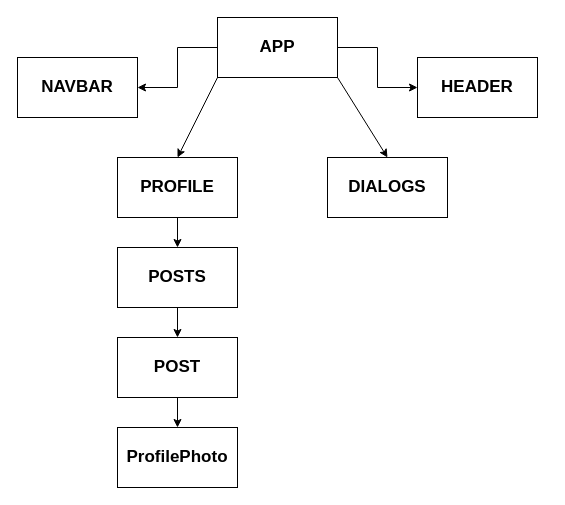
The draw.io diagram Untitled Diagram.drawio in marmon179/Social-Barcelona-new, before the edit. Source tidied: cells renumbered, new cells numbered last; positions are measured from the earlier drawing's top-left corner, leaving out a move shared by most shapes. Both pictures are drawn from the tidied source at 100%, with x=0, y=0 at pixel (17, 17).
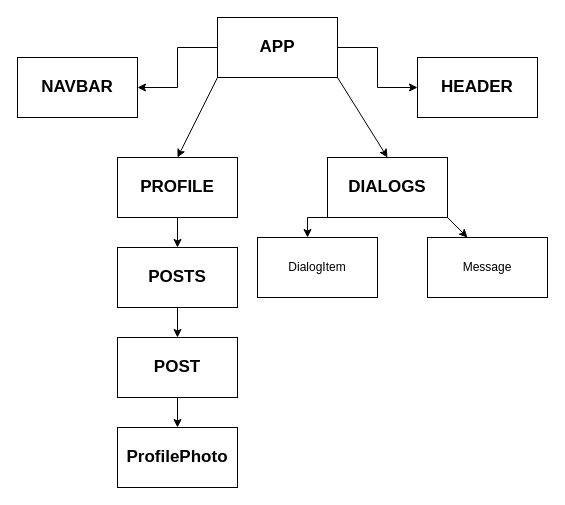
Above is the later version.

Unchanged cells that the change refers to:
```xml
<mxCell id="9" value="&lt;b&gt;&lt;font style=&quot;font-size: 17px&quot;&gt;DIALOGS&lt;/font&gt;&lt;/b&gt;" style="rounded=0;whiteSpace=wrap;html=1;" parent="1" vertex="1">
  <mxGeometry x="310" y="140" width="120" height="60" as="geometry" />
</mxCell>
```

Diff of the diagram source:
```diff
@@
+    <mxCell id="18" style="edgeStyle=orthogonalEdgeStyle;rounded=0;jettySize=auto;html=1;exitX=0;exitY=1;exitDx=0;exitDy=0;" parent="1" edge="1" source="9">
+      <mxGeometry relative="1" as="geometry">
+        <mxPoint x="290" y="220" as="targetPoint" />
+      </mxGeometry>
+    </mxCell>
@@
+    <mxCell id="19" style="endArrow=classic;html=1;exitX=1;exitY=1;exitDx=0;exitDy=0;" parent="1" edge="1" source="9">
+      <mxGeometry relative="1" as="geometry">
+        <mxPoint x="450" y="220" as="targetPoint" />
+      </mxGeometry>
+    </mxCell>
+    <mxCell id="20" value="DialogItem" style="rounded=0;whiteSpace=wrap;html=1;" parent="1" vertex="1">
+      <mxGeometry x="240" y="220" width="120" height="60" as="geometry" />
+    </mxCell>
+    <mxCell id="21" value="Message" style="rounded=0;whiteSpace=wrap;html=1;" parent="1" vertex="1">
+      <mxGeometry x="410" y="220" width="120" height="60" as="geometry" />
+    </mxCell>
```
